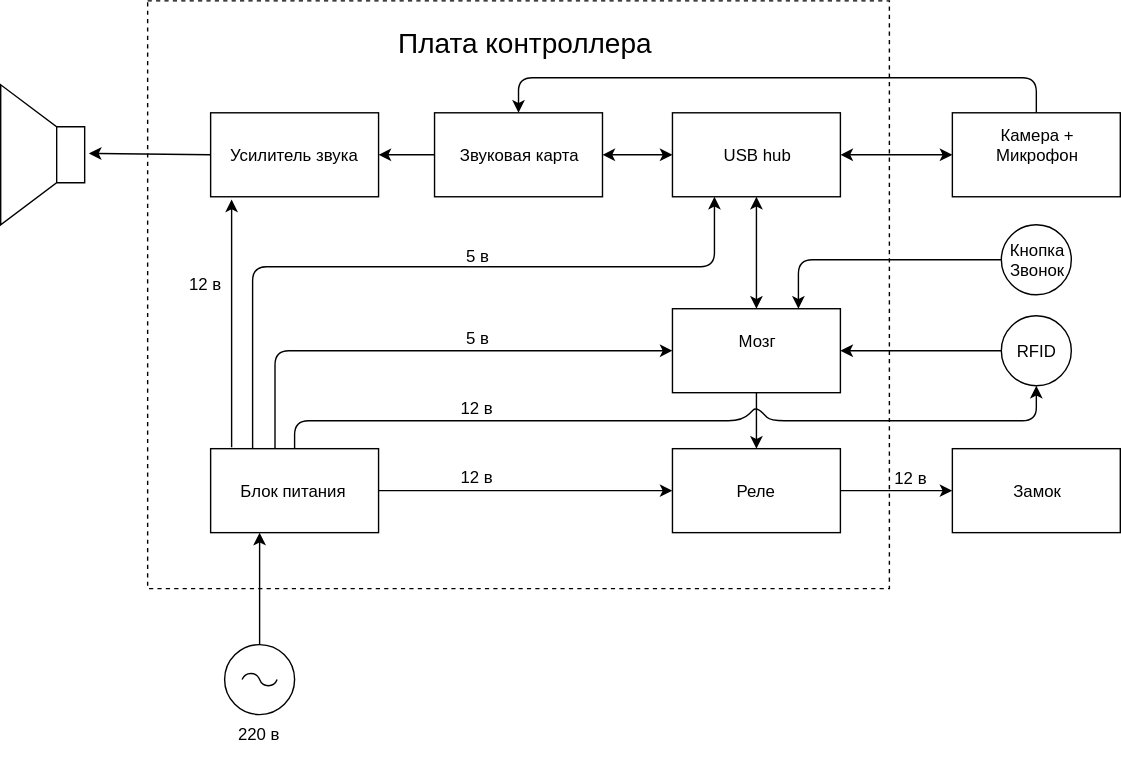
0r4anin/3amok keeps this draw.io diagram as docs/схема СКУД.svg. Above is the earlier version. Source tidied: cells renumbered, new cells last; positions are measured from the earlier drawing's top-left corner, leaving out a move shared by most shapes. Its diagram source:
```xml
<mxGraphModel>
  <root>
    <mxCell id="0" />
    <mxCell id="1" parent="0" />
    <mxCell id="2" style="rounded=0;whiteSpace=wrap;html=1;dashed=1;fillColor=none;glass=0;" parent="1" vertex="1">
      <mxGeometry x="105" width="530" height="420" as="geometry" />
    </mxCell>
    <mxCell id="3" value="Мозг&lt;br&gt;&lt;br&gt;" style="rounded=0;whiteSpace=wrap;html=1;" parent="1" vertex="1">
      <mxGeometry x="480" y="220" width="120" height="60" as="geometry" />
    </mxCell>
    <mxCell id="4" value="Блок питания&amp;nbsp;&lt;br&gt;" style="rounded=0;whiteSpace=wrap;html=1;" parent="1" vertex="1">
      <mxGeometry x="150" y="320" width="120" height="60" as="geometry" />
    </mxCell>
    <mxCell id="5" value="Реле&lt;br&gt;" style="rounded=0;whiteSpace=wrap;html=1;" parent="1" vertex="1">
      <mxGeometry x="480" y="320" width="120" height="60" as="geometry" />
    </mxCell>
    <mxCell id="6" value="Усилитель звука" style="rounded=0;whiteSpace=wrap;html=1;fillColor=#ffffff;" parent="1" vertex="1">
      <mxGeometry x="150" y="80" width="120" height="60" as="geometry" />
    </mxCell>
    <mxCell id="7" value="Звуковая карта" style="rounded=0;whiteSpace=wrap;html=1;fillColor=#ffffff;" parent="1" vertex="1">
      <mxGeometry x="310" y="80" width="120" height="60" as="geometry" />
    </mxCell>
    <mxCell id="8" value="USB hub" style="rounded=0;whiteSpace=wrap;html=1;fillColor=#ffffff;strokeColor=#000000;" parent="1" vertex="1">
      <mxGeometry x="480" y="80" width="120" height="60" as="geometry" />
    </mxCell>
    <mxCell id="9" style="endArrow=classic;html=1;entryX=0.121;entryY=1.025;entryPerimeter=0;exitX=0.121;exitY=-0.017;exitPerimeter=0;" parent="1" edge="1" source="4" target="6">
      <mxGeometry relative="1" as="geometry" />
    </mxCell>
    <mxCell id="10" value="12 в&lt;br&gt;" style="text;html=1;align=center;verticalAlign=middle;labelBackgroundColor=#ffffff;" parent="9" vertex="1">
      <mxGeometry x="0.34" y="-2" relative="1" as="geometry">
        <mxPoint x="-21.5" as="offset" />
      </mxGeometry>
    </mxCell>
    <mxCell id="11" style="endArrow=classic;startArrow=classic;html=1;exitX=0.5;exitY=0;entryX=0.5;entryY=1;" parent="1" edge="1" source="3" target="8">
      <mxGeometry relative="1" as="geometry" />
    </mxCell>
    <mxCell id="12" style="endArrow=classic;startArrow=classic;html=1;entryX=0;entryY=0.5;exitX=1;exitY=0.5;" parent="1" edge="1" source="7" target="8">
      <mxGeometry relative="1" as="geometry" />
    </mxCell>
    <mxCell id="13" style="endArrow=classic;html=1;exitX=0;exitY=0.5;entryX=1;entryY=0.5;" parent="1" edge="1" source="7" target="6">
      <mxGeometry relative="1" as="geometry" />
    </mxCell>
    <mxCell id="14" style="endArrow=classic;html=1;entryX=0;entryY=0.5;exitX=1;exitY=0.5;" parent="1" edge="1" source="4" target="5">
      <mxGeometry relative="1" as="geometry" />
    </mxCell>
    <mxCell id="15" value="12 в" style="text;html=1;align=center;verticalAlign=middle;labelBackgroundColor=#ffffff;" parent="14" vertex="1">
      <mxGeometry x="0.24" y="-2" relative="1" as="geometry">
        <mxPoint x="-60" y="-12.5" as="offset" />
      </mxGeometry>
    </mxCell>
    <mxCell id="16" value="Камера +&lt;br&gt;Микрофон&lt;br&gt;&lt;br&gt;" style="rounded=0;whiteSpace=wrap;html=1;glass=0;fillColor=#ffffff;" parent="1" vertex="1">
      <mxGeometry x="680" y="80" width="120" height="60" as="geometry" />
    </mxCell>
    <mxCell id="17" style="endArrow=classic;startArrow=classic;html=1;entryX=0;entryY=0.5;exitX=1;exitY=0.5;" parent="1" edge="1" source="8" target="16">
      <mxGeometry relative="1" as="geometry" />
    </mxCell>
    <mxCell id="18" style="endArrow=classic;html=1;entryX=0.5;entryY=0;exitX=0.5;exitY=1;" parent="1" edge="1" source="3" target="5">
      <mxGeometry relative="1" as="geometry" />
    </mxCell>
    <mxCell id="19" value="Замок" style="rounded=0;whiteSpace=wrap;html=1;glass=0;fillColor=#ffffff;" parent="1" vertex="1">
      <mxGeometry x="680" y="320" width="120" height="60" as="geometry" />
    </mxCell>
    <mxCell id="20" style="endArrow=classic;html=1;entryX=0;entryY=0.5;exitX=1;exitY=0.5;" parent="1" edge="1" source="5" target="19">
      <mxGeometry relative="1" as="geometry" />
    </mxCell>
    <mxCell id="21" value="12 в" style="text;html=1;align=center;verticalAlign=middle;labelBackgroundColor=#ffffff;" parent="20" vertex="1">
      <mxGeometry x="0.4" y="-1" relative="1" as="geometry">
        <mxPoint x="-6" y="-11" as="offset" />
      </mxGeometry>
    </mxCell>
    <mxCell id="22" style="verticalLabelPosition=bottom;shadow=0;dashed=0;align=center;fillColor=#ffffff;html=1;verticalAlign=top;strokeWidth=1;shape=(stored shape, 356 characters);rounded=0;glass=0;rotation=180;" parent="1" vertex="1">
      <mxGeometry y="60" width="100" height="100" as="geometry" />
    </mxCell>
    <mxCell id="23" value="220 в&lt;br&gt;&lt;br&gt;" style="verticalLabelPosition=bottom;shadow=0;dashed=0;align=center;fillColor=#ffffff;html=1;verticalAlign=top;strokeWidth=1;shape=mxgraph.electrical.signal_sources.ac_source;rounded=0;glass=0;" parent="1" vertex="1">
      <mxGeometry x="160" y="460" width="50" height="50" as="geometry" />
    </mxCell>
    <mxCell id="24" style="endArrow=classic;html=1;exitX=0.5;exitY=0;exitPerimeter=0;" parent="1" edge="1" source="23">
      <mxGeometry relative="1" as="geometry">
        <mxPoint x="185" y="380" as="targetPoint" />
      </mxGeometry>
    </mxCell>
    <mxCell id="25" style="endArrow=classic;html=1;entryX=0.25;entryY=1;exitX=0.25;exitY=0;" parent="1" edge="1" source="4" target="8">
      <mxGeometry relative="1" as="geometry">
        <Array as="points">
          <mxPoint x="180" y="190" />
          <mxPoint x="510" y="190" />
        </Array>
      </mxGeometry>
    </mxCell>
    <mxCell id="26" value="5 в" style="text;html=1;align=center;verticalAlign=middle;labelBackgroundColor=#ffffff;" parent="25" vertex="1">
      <mxGeometry x="0.94" y="-1" relative="1" as="geometry">
        <mxPoint x="-171" y="26" as="offset" />
      </mxGeometry>
    </mxCell>
    <mxCell id="27" style="endArrow=classic;html=1;entryX=0;entryY=0.5;exitX=0.385;exitY=-0.003;exitPerimeter=0;" parent="1" edge="1" source="4" target="3">
      <mxGeometry relative="1" as="geometry">
        <Array as="points">
          <mxPoint x="196" y="250" />
        </Array>
      </mxGeometry>
    </mxCell>
    <mxCell id="28" value="5 в" style="text;html=1;align=center;verticalAlign=middle;labelBackgroundColor=#ffffff;" parent="27" vertex="1">
      <mxGeometry y="-3" relative="1" as="geometry">
        <mxPoint x="36.5" y="-13" as="offset" />
      </mxGeometry>
    </mxCell>
    <mxCell id="29" value="RFID" style="ellipse;whiteSpace=wrap;html=1;rounded=0;glass=0;fillColor=#ffffff;" parent="1" vertex="1">
      <mxGeometry x="715" y="225" width="50" height="50" as="geometry" />
    </mxCell>
    <mxCell id="30" style="endArrow=classic;html=1;exitX=0;exitY=0.5;entryX=1;entryY=0.5;" parent="1" edge="1" source="29" target="3">
      <mxGeometry relative="1" as="geometry" />
    </mxCell>
    <mxCell id="31" style="endArrow=classic;html=1;entryX=0.5;entryY=1;exitX=0.5;exitY=0;" parent="1" edge="1" source="4" target="29">
      <mxGeometry relative="1" as="geometry">
        <Array as="points">
          <mxPoint x="210" y="300" />
          <mxPoint x="530" y="300" />
          <mxPoint x="540" y="290" />
          <mxPoint x="550" y="300" />
          <mxPoint x="740" y="300" />
        </Array>
      </mxGeometry>
    </mxCell>
    <mxCell id="32" value="12 в&lt;br&gt;" style="text;html=1;align=center;verticalAlign=middle;labelBackgroundColor=#ffffff;" parent="31" vertex="1">
      <mxGeometry x="-0.63" y="-3" relative="1" as="geometry">
        <mxPoint x="43" y="-13" as="offset" />
      </mxGeometry>
    </mxCell>
    <mxCell id="33" value="Кнопка&lt;br&gt;Звонок&lt;br&gt;" style="ellipse;whiteSpace=wrap;html=1;rounded=0;glass=0;fillColor=#ffffff;" parent="1" vertex="1">
      <mxGeometry x="715" y="160" width="50" height="50" as="geometry" />
    </mxCell>
    <mxCell id="34" style="endArrow=classic;html=1;exitX=0;exitY=0.5;entryX=0.75;entryY=0;" parent="1" edge="1" source="33" target="3">
      <mxGeometry relative="1" as="geometry">
        <Array as="points">
          <mxPoint x="570" y="185" />
        </Array>
      </mxGeometry>
    </mxCell>
    <mxCell id="35" style="endArrow=classic;html=1;exitX=0;exitY=0.5;entryX=0.37;entryY=0.51;entryPerimeter=0;" parent="1" edge="1" source="6" target="22">
      <mxGeometry relative="1" as="geometry" />
    </mxCell>
    <mxCell id="36" value="Плата контроллера" style="text;html=1;strokeColor=none;fillColor=none;align=center;verticalAlign=middle;whiteSpace=wrap;rounded=0;glass=0;fontSize=20;" parent="1" vertex="1">
      <mxGeometry x="250" y="20" width="250" height="20" as="geometry" />
    </mxCell>
    <mxCell id="37" style="endArrow=classic;html=1;entryX=0.5;entryY=0;" parent="1" edge="1" target="7">
      <mxGeometry relative="1" as="geometry">
        <mxPoint x="740" y="80" as="sourcePoint" />
        <Array as="points">
          <mxPoint x="740" y="55" />
          <mxPoint x="370" y="55" />
        </Array>
      </mxGeometry>
    </mxCell>
  </root>
</mxGraphModel>
```
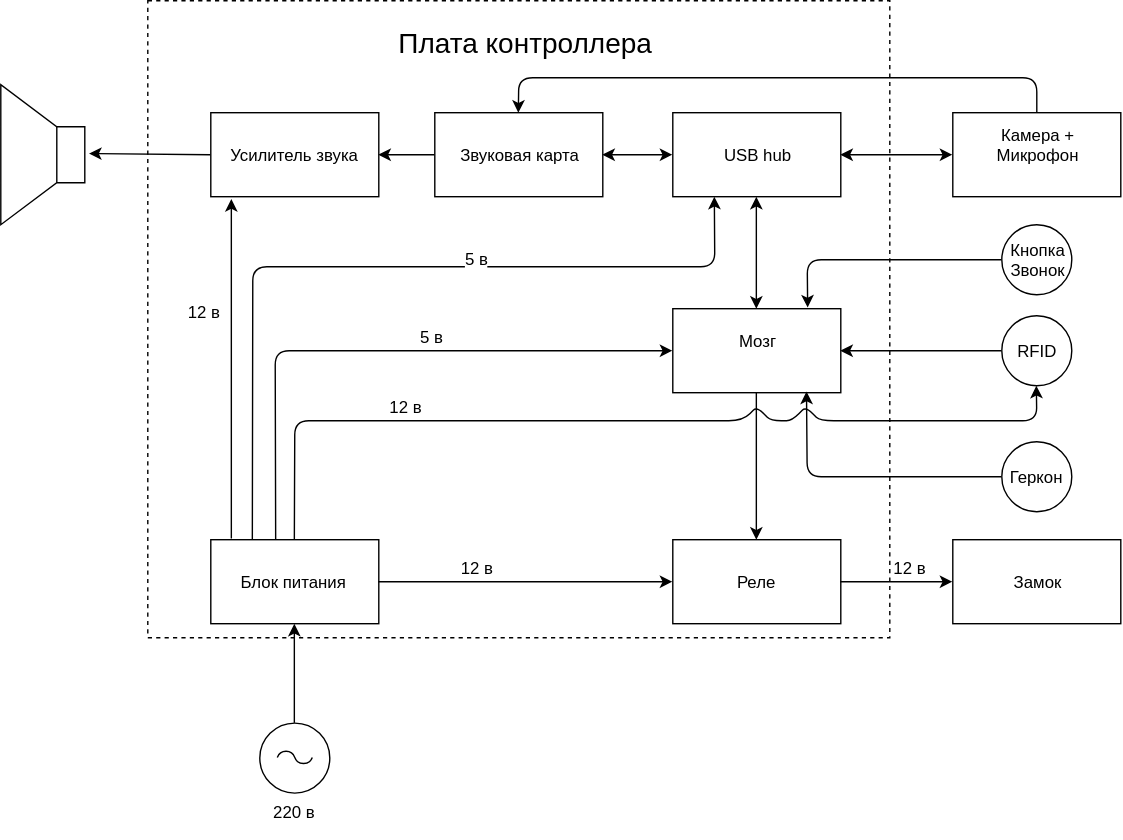
After the change.

Change to the diagram source:
```diff
@@ -1,18 +1,18 @@
-<mxGraphModel>
+<mxGraphModel background="#ffffff">
   <root>
     <mxCell id="0" />
     <mxCell id="1" parent="0" />
     <mxCell id="2" style="rounded=0;whiteSpace=wrap;html=1;dashed=1;fillColor=none;glass=0;" parent="1" vertex="1">
-      <mxGeometry x="105" width="530" height="420" as="geometry" />
+      <mxGeometry x="105" width="530" height="455" as="geometry" />
     </mxCell>
     <mxCell id="3" value="Мозг&lt;br&gt;&lt;br&gt;" style="rounded=0;whiteSpace=wrap;html=1;" parent="1" vertex="1">
       <mxGeometry x="480" y="220" width="120" height="60" as="geometry" />
     </mxCell>
     <mxCell id="4" value="Блок питания&amp;nbsp;&lt;br&gt;" style="rounded=0;whiteSpace=wrap;html=1;" parent="1" vertex="1">
-      <mxGeometry x="150" y="320" width="120" height="60" as="geometry" />
+      <mxGeometry x="150" y="385" width="120" height="60" as="geometry" />
     </mxCell>
     <mxCell id="5" value="Реле&lt;br&gt;" style="rounded=0;whiteSpace=wrap;html=1;" parent="1" vertex="1">
-      <mxGeometry x="480" y="320" width="120" height="60" as="geometry" />
+      <mxGeometry x="480" y="385" width="120" height="60" as="geometry" />
     </mxCell>
     <mxCell id="6" value="Усилитель звука" style="rounded=0;whiteSpace=wrap;html=1;fillColor=#ffffff;" parent="1" vertex="1">
       <mxGeometry x="150" y="80" width="120" height="60" as="geometry" />
@@ -58,7 +58,7 @@
       <mxGeometry relative="1" as="geometry" />
     </mxCell>
     <mxCell id="19" value="Замок" style="rounded=0;whiteSpace=wrap;html=1;glass=0;fillColor=#ffffff;" parent="1" vertex="1">
-      <mxGeometry x="680" y="320" width="120" height="60" as="geometry" />
+      <mxGeometry x="680" y="385" width="120" height="60" as="geometry" />
     </mxCell>
     <mxCell id="20" style="endArrow=classic;html=1;entryX=0;entryY=0.5;exitX=1;exitY=0.5;" parent="1" edge="1" source="5" target="19">
       <mxGeometry relative="1" as="geometry" />
@@ -72,12 +72,10 @@
       <mxGeometry y="60" width="100" height="100" as="geometry" />
     </mxCell>
     <mxCell id="23" value="220 в&lt;br&gt;&lt;br&gt;" style="verticalLabelPosition=bottom;shadow=0;dashed=0;align=center;fillColor=#ffffff;html=1;verticalAlign=top;strokeWidth=1;shape=mxgraph.electrical.signal_sources.ac_source;rounded=0;glass=0;" parent="1" vertex="1">
-      <mxGeometry x="160" y="460" width="50" height="50" as="geometry" />
+      <mxGeometry x="185" y="515.5" width="50" height="50" as="geometry" />
     </mxCell>
-    <mxCell id="24" style="endArrow=classic;html=1;exitX=0.5;exitY=0;exitPerimeter=0;" parent="1" edge="1" source="23">
-      <mxGeometry relative="1" as="geometry">
-        <mxPoint x="185" y="380" as="targetPoint" />
-      </mxGeometry>
+    <mxCell id="24" style="endArrow=classic;html=1;exitX=0.5;exitY=0;exitPerimeter=0;entryX=0.5;entryY=1;" parent="1" edge="1" source="23" target="4">
+      <mxGeometry relative="1" as="geometry" />
     </mxCell>
     <mxCell id="25" style="endArrow=classic;html=1;entryX=0.25;entryY=1;exitX=0.25;exitY=0;" parent="1" edge="1" source="4" target="8">
       <mxGeometry relative="1" as="geometry">
@@ -117,6 +115,9 @@
           <mxPoint x="530" y="300" />
           <mxPoint x="540" y="290" />
           <mxPoint x="550" y="300" />
+          <mxPoint x="565" y="300" />
+          <mxPoint x="575" y="290" />
+          <mxPoint x="585" y="300" />
           <mxPoint x="740" y="300" />
         </Array>
       </mxGeometry>
@@ -129,10 +130,10 @@
     <mxCell id="33" value="Кнопка&lt;br&gt;Звонок&lt;br&gt;" style="ellipse;whiteSpace=wrap;html=1;rounded=0;glass=0;fillColor=#ffffff;" parent="1" vertex="1">
       <mxGeometry x="715" y="160" width="50" height="50" as="geometry" />
     </mxCell>
-    <mxCell id="34" style="endArrow=classic;html=1;exitX=0;exitY=0.5;entryX=0.75;entryY=0;" parent="1" edge="1" source="33" target="3">
+    <mxCell id="34" style="endArrow=classic;html=1;exitX=0;exitY=0.5;entryX=0.801;entryY=-0.01;entryPerimeter=0;" parent="1" edge="1" source="33" target="3">
       <mxGeometry relative="1" as="geometry">
         <Array as="points">
-          <mxPoint x="570" y="185" />
+          <mxPoint x="576" y="185" />
         </Array>
       </mxGeometry>
     </mxCell>
@@ -151,5 +152,15 @@
         </Array>
       </mxGeometry>
     </mxCell>
+    <mxCell id="38" value="Геркон" style="ellipse;whiteSpace=wrap;html=1;rounded=0;glass=0;fillColor=#ffffff;" parent="1" vertex="1">
+      <mxGeometry x="715" y="315" width="50" height="50" as="geometry" />
+    </mxCell>
+    <mxCell id="39" style="endArrow=classic;html=1;entryX=0.798;entryY=0.993;exitX=0;exitY=0.5;entryPerimeter=0;" parent="1" edge="1" source="38" target="3">
+      <mxGeometry relative="1" as="geometry">
+        <Array as="points">
+          <mxPoint x="576" y="340" />
+        </Array>
+      </mxGeometry>
+    </mxCell>
   </root>
 </mxGraphModel>
```
